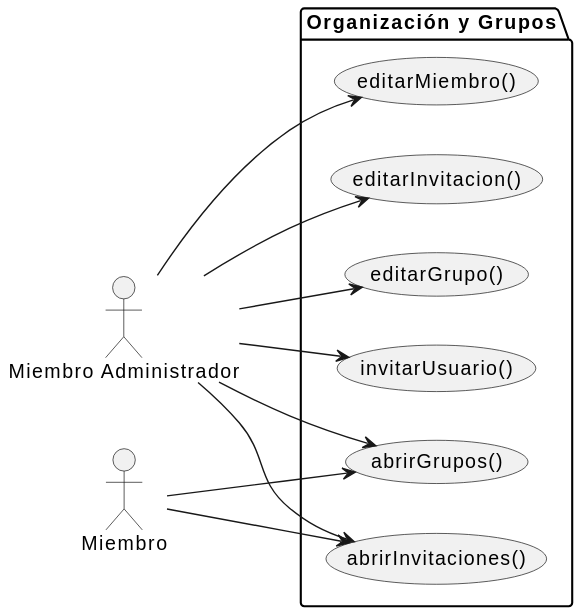
Above: documents/actoresYCasosDeUso/diagramas/diagramaOrganizaciónYGrupos/diagramaOrganizacionYGruposMiembroAdmin.svg in inigovaqueroo04/25-26-IdSw1-SdR (PlantUML), before the change.
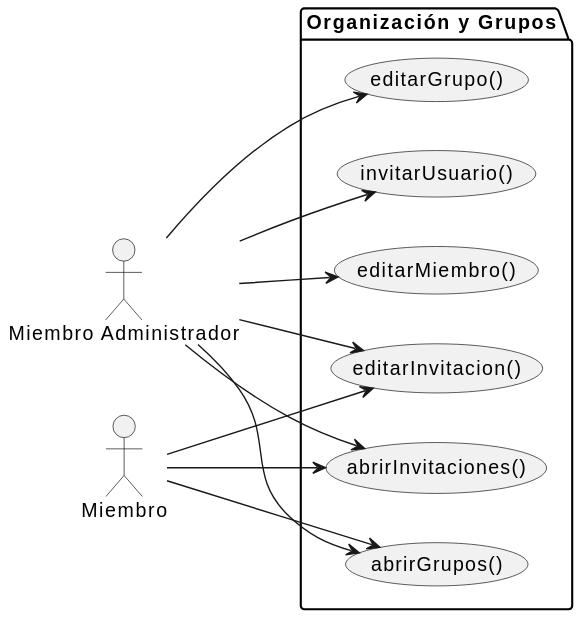
After the commit.

What changed in the source:
```diff
@@ -23,4 +23,5 @@
 
 Miembro --> UC_G6
 Miembro --> UC_G7
+Miembro --> UC_G8
 @enduml
```
